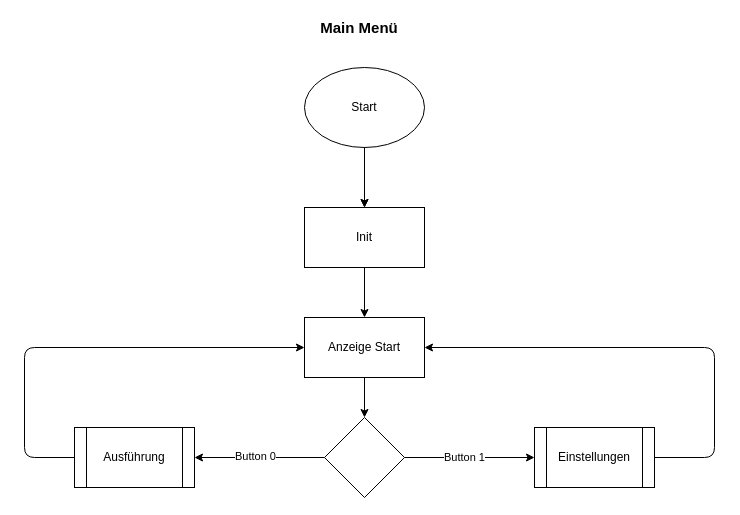
Before: page "Page-2" (1 of 3) of Untitled Diagram.drawio in Seafesko/Nucleo-Wecker, a draw.io diagram. Source tidied: cells renumbered, new cells numbered last; positions are measured from the earlier drawing's top-left corner, leaving out a move shared by most shapes. Both pictures are drawn from the tidied source at 100%, with x=0, y=0 at pixel (24, 17).
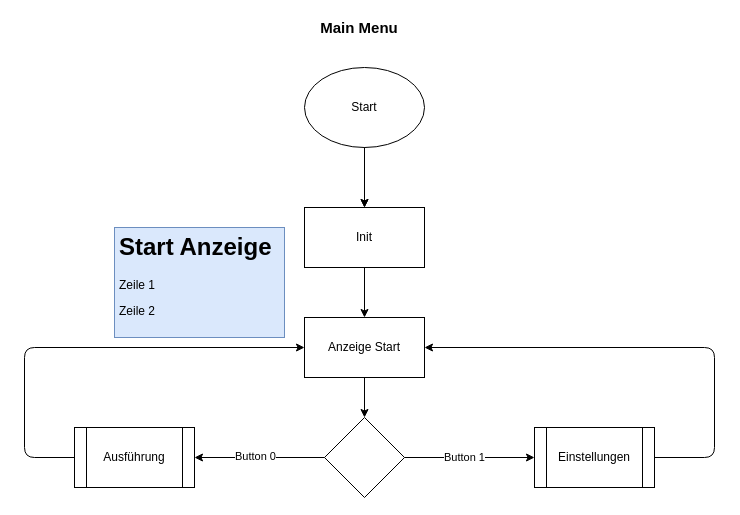
The same diagram, later.

What changed in the source:
```diff
@@
-    <mxCell id="2" value="&lt;b&gt;&lt;font style=&quot;font-size: 15px&quot;&gt;Main Menü&lt;/font&gt;&lt;/b&gt;" style="text;html=1;strokeColor=none;fillColor=none;align=center;verticalAlign=middle;whiteSpace=wrap;rounded=0;" parent="1" vertex="1">
+    <mxCell id="2" value="&lt;b&gt;&lt;font style=&quot;font-size: 15px&quot;&gt;Main Menu&lt;/font&gt;&lt;/b&gt;" style="text;html=1;strokeColor=none;fillColor=none;align=center;verticalAlign=middle;whiteSpace=wrap;rounded=0;" parent="1" vertex="1">
       <mxGeometry x="290" width="90" height="20" as="geometry" />
     </mxCell>
@@
+    <mxCell id="18" value="&lt;h1&gt;Start Anzeige&lt;br&gt;&lt;/h1&gt;&lt;p&gt;Zeile 1&lt;/p&gt;&lt;p&gt;Zeile 2&lt;br&gt;&lt;/p&gt;" style="text;html=1;strokeColor=#6c8ebf;fillColor=#dae8fc;spacing=5;spacingTop=-20;whiteSpace=wrap;overflow=hidden;rounded=0;" parent="1" vertex="1">
+      <mxGeometry x="90" y="210" width="170" height="110" as="geometry" />
+    </mxCell>
```
